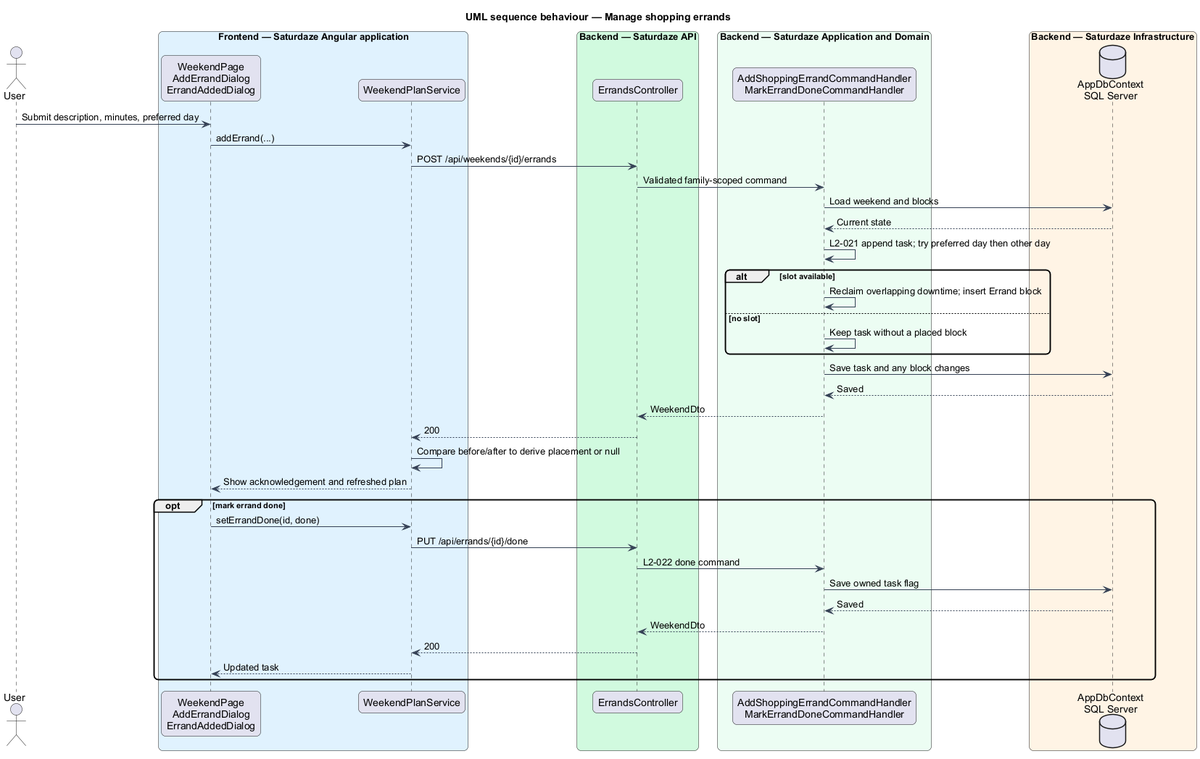
The PlantUML diagram docs/detailed-designs/weekend-planning/manage-shopping-errands/diagrams/sequence-errands.png in QuinntyneBrown/saturdaze, before a commit.
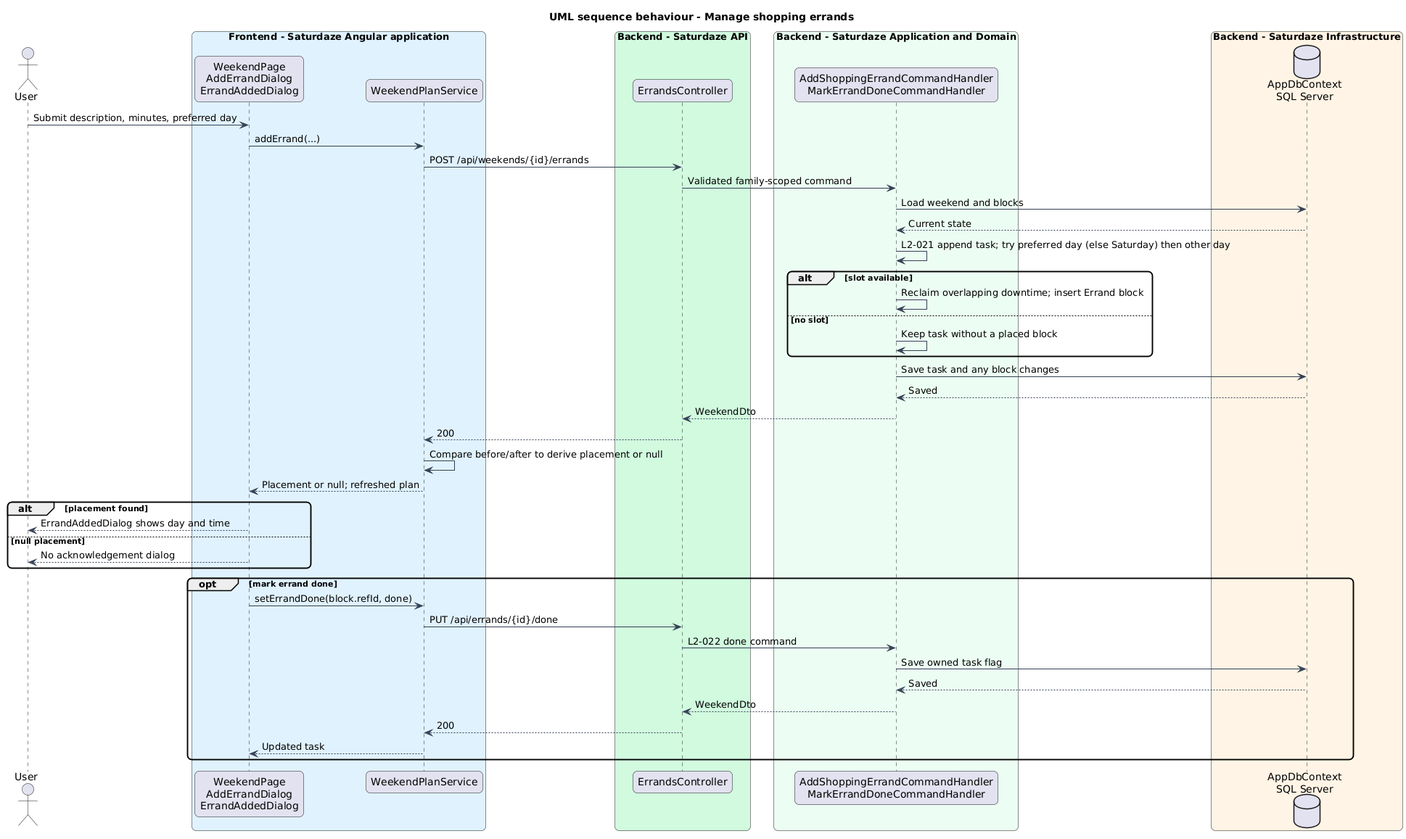
The same diagram one commit later.

The edit, as a diff of the source:
```diff
@@ -1,22 +1,22 @@
 @startuml
-title UML sequence behaviour — Manage shopping errands
+title UML sequence behaviour - Manage shopping errands
 skinparam backgroundColor #FFFFFF
 skinparam shadowing false
 skinparam roundcorner 12
 skinparam defaultFontName Arial
 skinparam ArrowColor #344054
 actor "User" as actor
-box "Frontend — Saturdaze Angular application" #E0F2FE
+box "Frontend - Saturdaze Angular application" #E0F2FE
  participant "WeekendPage\nAddErrandDialog\nErrandAddedDialog" as page
  participant "WeekendPlanService" as client
 end box
-box "Backend — Saturdaze API" #D1FADF
+box "Backend - Saturdaze API" #D1FADF
  participant "ErrandsController" as controller
 end box
-box "Backend — Saturdaze Application and Domain" #ECFDF3
+box "Backend - Saturdaze Application and Domain" #ECFDF3
  participant "AddShoppingErrandCommandHandler\nMarkErrandDoneCommandHandler" as handler
 end box
-box "Backend — Saturdaze Infrastructure" #FFF4E5
+box "Backend - Saturdaze Infrastructure" #FFF4E5
  database "AppDbContext\nSQL Server" as db
 end box
 actor -> page : Submit description, minutes, preferred day
@@ -25,7 +25,7 @@
 controller -> handler : Validated family-scoped command
 handler -> db : Load weekend and blocks
 db --> handler : Current state
-handler -> handler : L2-021 append task; try preferred day then other day
+handler -> handler : L2-021 append task; try preferred day (else Saturday) then other day
 alt slot available
 handler -> handler : Reclaim overlapping downtime; insert Errand block
 else no slot
@@ -36,9 +36,14 @@
 handler --> controller : WeekendDto
 controller --> client : 200
 client -> client : Compare before/after to derive placement or null
-client --> page : Show acknowledgement and refreshed plan
+client --> page : Placement or null; refreshed plan
+alt placement found
+page --> actor : ErrandAddedDialog shows day and time
+else null placement
+page --> actor : No acknowledgement dialog
+end
 opt mark errand done
-page -> client : setErrandDone(id, done)
+page -> client : setErrandDone(block.refId, done)
 client -> controller : PUT /api/errands/{id}/done
 controller -> handler : L2-022 done command
 handler -> db : Save owned task flag
```
